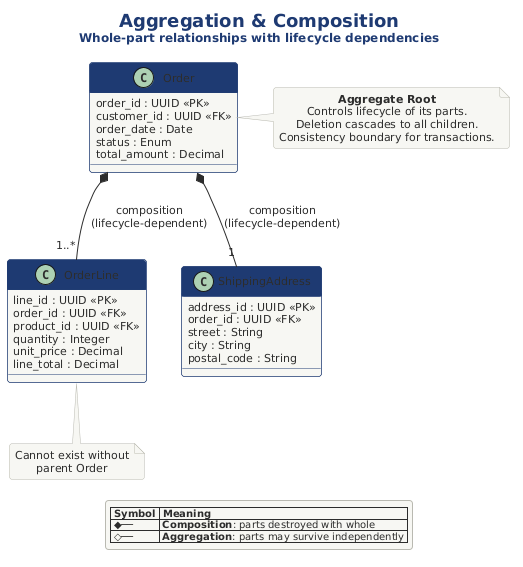
Notoriousjayy/latex-docs keeps this PlantUML diagram as src/architecture/views-and-beyond/style-catalogs/module/data-model-style/png/05-aggregation-composition.png. Above is the earlier version. Its diagram source:
```plantuml
@startuml 05-aggregation-composition
!include ../../../../../../tooling/styles/plantuml/structural/component-diagram-style.iuml

!define ACCENT #4A90D9
!define LIGHT #E8F0FE
!define GREEN #5BA85B
!define LIGHT_GREEN #E8F5E8
!define BORDER #3A3A3A

title <size:18><b>Aggregation & Composition</b></size>\n<size:12>Whole-part relationships with lifecycle dependencies</size>

class "Order" as order {
  order_id : UUID <<PK>>
  customer_id : UUID <<FK>>
  order_date : Date
  status : Enum
  total_amount : Decimal
}

class "OrderLine" as line {
  line_id : UUID <<PK>>
  order_id : UUID <<FK>>
  product_id : UUID <<FK>>
  quantity : Integer
  unit_price : Decimal
  line_total : Decimal
}

class "ShippingAddress" as addr {
  address_id : UUID <<PK>>
  order_id : UUID <<FK>>
  street : String
  city : String
  postal_code : String
}

order *-- "1..*" line : "composition\n(lifecycle-dependent)"
order *-- "1" addr : "composition\n(lifecycle-dependent)"

note right of order
  **Aggregate Root**
  Controls lifecycle of its parts.
  Deletion cascades to all children.
  Consistency boundary for transactions.
end note

note bottom of line
  Cannot exist without
  parent Order
end note

legend bottom
  |= Symbol |= Meaning |
  | ◆── | **Composition**: parts destroyed with whole |
  | ◇── | **Aggregation**: parts may survive independently |
end legend

@enduml
```
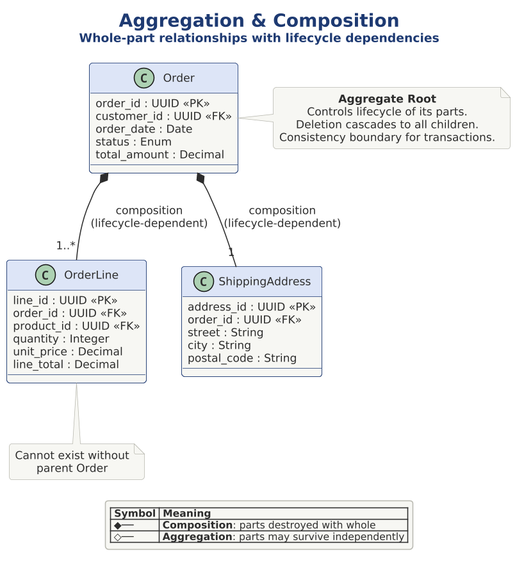
After the commit.

Diff of the diagram source:
```diff
@@ -1,11 +1,16 @@
 @startuml 05-aggregation-composition
+
+skinparam dpi 150
+
+
+
 !include ../../../../../../tooling/styles/plantuml/structural/component-diagram-style.iuml
 
-!define ACCENT #4A90D9
-!define LIGHT #E8F0FE
-!define GREEN #5BA85B
-!define LIGHT_GREEN #E8F5E8
-!define BORDER #3A3A3A
+!define ACCENT $line_primary
+!define LIGHT $fill_primary
+!define GREEN $line_ok
+!define LIGHT_GREEN $fill_ok
+!define BORDER $line_primary
 
 title <size:18><b>Aggregation & Composition</b></size>\n<size:12>Whole-part relationships with lifecycle dependencies</size>
 
```
